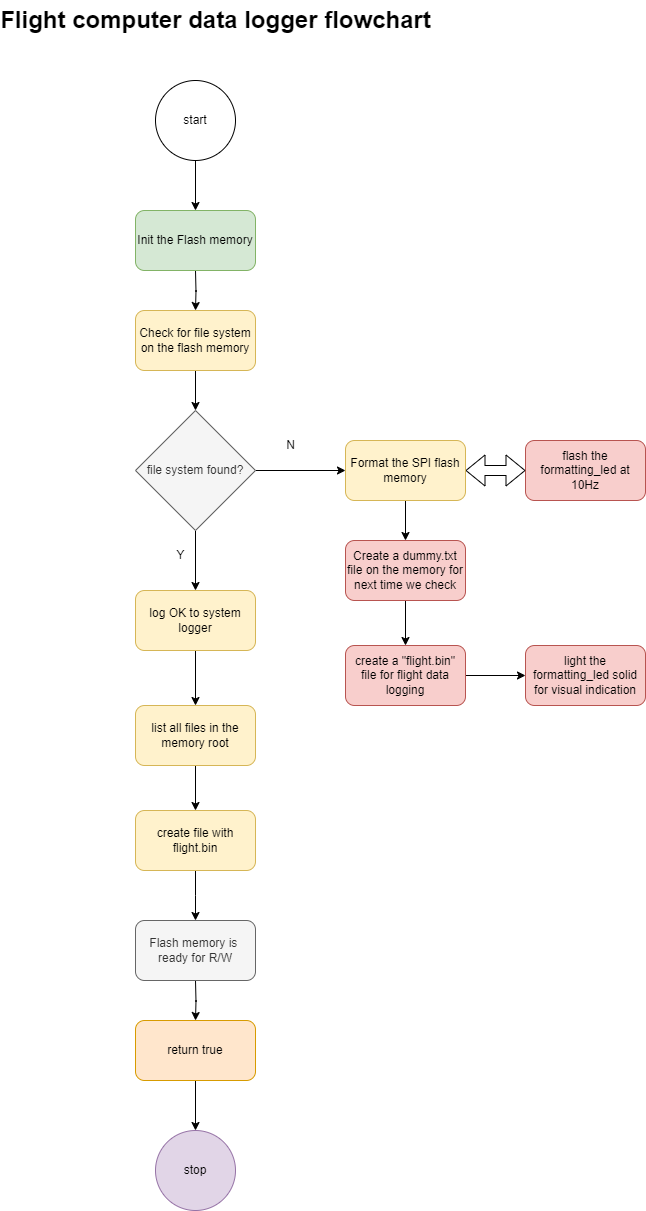
Above: data-logging-and-memory-operations/logger-flowchart.png in nakujaproject/N4-Recovery (draw.io), before the change. Source tidied: cells renumbered, new cells last; positions are measured from the earlier drawing's top-left corner, leaving out a move shared by most shapes.
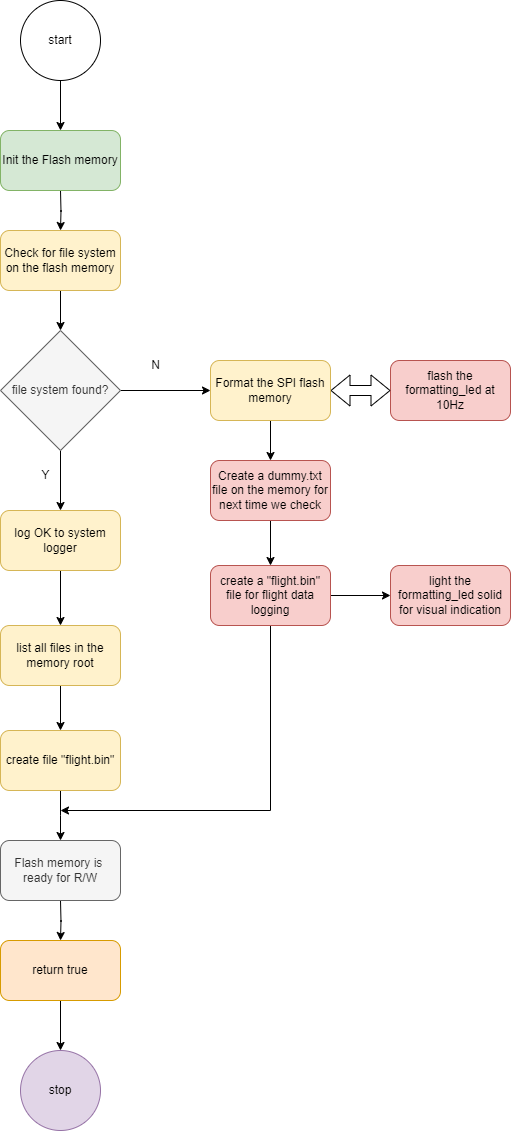
After the commit.

Commit message:
adds logger flowchart

Change to the diagram source:
```diff
@@ -8,90 +8,95 @@
         <mxPoint x="60" y="310" as="targetPoint" />
       </mxGeometry>
     </mxCell>
-    <mxCell id="3" value="Flight computer data logger flowchart" style="text;strokeColor=none;fillColor=none;html=1;fontSize=24;fontStyle=1;verticalAlign=middle;align=center;" parent="1" vertex="1">
-      <mxGeometry x="30" width="100" height="40" as="geometry" />
+    <mxCell id="3" style="edgeStyle=orthogonalEdgeStyle;rounded=0;jettySize=auto;html=1;" parent="1" edge="1" source="4" target="31">
+      <mxGeometry relative="1" as="geometry" />
     </mxCell>
-    <mxCell id="4" style="edgeStyle=orthogonalEdgeStyle;rounded=0;jettySize=auto;html=1;" parent="1" edge="1" source="5" target="31">
-      <mxGeometry relative="1" as="geometry" />
+    <mxCell id="4" value="log OK to system logger" style="rounded=1;whiteSpace=wrap;html=1;fillColor=#fff2cc;strokeColor=#d6b656;" parent="1" vertex="1">
+      <mxGeometry y="590" width="120" height="60" as="geometry" />
     </mxCell>
-    <mxCell id="5" value="log OK to system logger" style="rounded=1;whiteSpace=wrap;html=1;fillColor=#fff2cc;strokeColor=#d6b656;" parent="1" vertex="1">
-      <mxGeometry y="590" width="120" height="60" as="geometry" />
+    <mxCell id="5" style="edgeStyle=orthogonalEdgeStyle;rounded=0;jettySize=auto;html=1;" parent="1" edge="1" source="6">
+      <mxGeometry relative="1" as="geometry">
+        <mxPoint x="60" y="920" as="targetPoint" />
+      </mxGeometry>
     </mxCell>
-    <mxCell id="6" style="edgeStyle=orthogonalEdgeStyle;rounded=0;jettySize=auto;html=1;" parent="1" edge="1" source="7">
-      <mxGeometry relative="1" as="geometry">
-        <mxPoint x="60" y="920" as="targetPoint" />
-      </mxGeometry>
+    <mxCell id="6" value="create file &quot;flight.bin&quot;" style="rounded=1;whiteSpace=wrap;html=1;fillColor=#fff2cc;strokeColor=#d6b656;" parent="1" vertex="1">
+      <mxGeometry y="810" width="120" height="60" as="geometry" />
     </mxCell>
-    <mxCell id="7" value="create file with flight.bin" style="rounded=1;whiteSpace=wrap;html=1;fillColor=#fff2cc;strokeColor=#d6b656;" parent="1" vertex="1">
-      <mxGeometry y="810" width="120" height="60" as="geometry" />
+    <mxCell id="7" style="edgeStyle=orthogonalEdgeStyle;rounded=0;orthogonalLoop=1;jettySize=auto;html=1;" parent="1" edge="1">
+      <mxGeometry relative="1" as="geometry">
+        <mxPoint x="60" y="980" as="sourcePoint" />
+        <mxPoint x="60" y="1020" as="targetPoint" />
+      </mxGeometry>
     </mxCell>
-    <mxCell id="8" style="edgeStyle=orthogonalEdgeStyle;rounded=0;orthogonalLoop=1;jettySize=auto;html=1;" parent="1" edge="1">
+    <mxCell id="8" style="edgeStyle=orthogonalEdgeStyle;rounded=0;orthogonalLoop=1;jettySize=auto;html=1;entryX=0.5;entryY=0;entryDx=0;entryDy=0;" parent="1" edge="1">
       <mxGeometry relative="1" as="geometry">
-        <mxPoint x="60" y="980" as="sourcePoint" />
-        <mxPoint x="60" y="1020" as="targetPoint" />
+        <mxPoint x="60" y="1080" as="sourcePoint" />
+        <mxPoint x="60" y="1130" as="targetPoint" />
       </mxGeometry>
     </mxCell>
-    <mxCell id="9" style="edgeStyle=orthogonalEdgeStyle;rounded=0;orthogonalLoop=1;jettySize=auto;html=1;entryX=0.5;entryY=0;entryDx=0;entryDy=0;" parent="1" edge="1">
-      <mxGeometry relative="1" as="geometry">
-        <mxPoint x="60" y="1080" as="sourcePoint" />
-        <mxPoint x="60" y="1130" as="targetPoint" />
-      </mxGeometry>
+    <mxCell id="9" style="edgeStyle=orthogonalEdgeStyle;rounded=0;jettySize=auto;html=1;entryX=0.5;entryY=0;entryDx=0;entryDy=0;" parent="1" edge="1" source="10" target="11">
+      <mxGeometry relative="1" as="geometry" />
     </mxCell>
-    <mxCell id="10" style="edgeStyle=orthogonalEdgeStyle;rounded=0;jettySize=auto;html=1;entryX=0.5;entryY=0;entryDx=0;entryDy=0;" parent="1" edge="1" source="11" target="12">
-      <mxGeometry relative="1" as="geometry" />
+    <mxCell id="10" value="start" style="ellipse;whiteSpace=wrap;html=1;" parent="1" vertex="1">
+      <mxGeometry x="20" y="80" width="80" height="80" as="geometry" />
     </mxCell>
-    <mxCell id="11" value="start" style="ellipse;whiteSpace=wrap;html=1;" parent="1" vertex="1">
-      <mxGeometry x="20" y="80" width="80" height="80" as="geometry" />
+    <mxCell id="11" value="Init the Flash memory" style="rounded=1;whiteSpace=wrap;html=1;fillColor=#d5e8d4;strokeColor=#82b366;" parent="1" vertex="1">
+      <mxGeometry y="210" width="120" height="60" as="geometry" />
     </mxCell>
-    <mxCell id="12" value="Init the Flash memory" style="rounded=1;whiteSpace=wrap;html=1;fillColor=#d5e8d4;strokeColor=#82b366;" parent="1" vertex="1">
-      <mxGeometry y="210" width="120" height="60" as="geometry" />
+    <mxCell id="12" value="flash the formatting_led at 10Hz" style="rounded=1;whiteSpace=wrap;html=1;fillColor=#f8cecc;strokeColor=#b85450;" parent="1" vertex="1">
+      <mxGeometry x="390" y="440" width="120" height="60" as="geometry" />
     </mxCell>
-    <mxCell id="13" value="flash the formatting_led at 10Hz" style="rounded=1;whiteSpace=wrap;html=1;fillColor=#f8cecc;strokeColor=#b85450;" parent="1" vertex="1">
-      <mxGeometry x="390" y="440" width="120" height="60" as="geometry" />
+    <mxCell id="13" style="shape=flexArrow;endArrow=classic;startArrow=classic;html=1;rounded=0;exitX=1;exitY=0.5;exitDx=0;exitDy=0;entryX=0;entryY=0.5;entryDx=0;entryDy=0;" parent="1" edge="1" target="12">
+      <mxGeometry relative="1" as="geometry">
+        <mxPoint x="330" y="470" as="sourcePoint" />
+      </mxGeometry>
     </mxCell>
-    <mxCell id="14" style="shape=flexArrow;endArrow=classic;startArrow=classic;html=1;rounded=0;exitX=1;exitY=0.5;exitDx=0;exitDy=0;entryX=0;entryY=0.5;entryDx=0;entryDy=0;" parent="1" edge="1" target="13">
-      <mxGeometry relative="1" as="geometry">
-        <mxPoint x="330" y="470" as="sourcePoint" />
-      </mxGeometry>
+    <mxCell id="14" value="stop" style="ellipse;whiteSpace=wrap;html=1;fillColor=#e1d5e7;strokeColor=#9673a6;" parent="1" vertex="1">
+      <mxGeometry x="20" y="1130" width="80" height="80" as="geometry" />
     </mxCell>
-    <mxCell id="15" value="stop" style="ellipse;whiteSpace=wrap;html=1;fillColor=#e1d5e7;strokeColor=#9673a6;" parent="1" vertex="1">
-      <mxGeometry x="20" y="1130" width="80" height="80" as="geometry" />
+    <mxCell id="15" style="edgeStyle=orthogonalEdgeStyle;rounded=0;jettySize=auto;html=1;" parent="1" edge="1" source="16" target="25">
+      <mxGeometry relative="1" as="geometry" />
     </mxCell>
-    <mxCell id="16" style="edgeStyle=orthogonalEdgeStyle;rounded=0;jettySize=auto;html=1;" parent="1" edge="1" source="17" target="26">
-      <mxGeometry relative="1" as="geometry" />
+    <mxCell id="16" value="Format the SPI flash memory" style="rounded=1;whiteSpace=wrap;html=1;fillColor=#fff2cc;strokeColor=#d6b656;" parent="1" vertex="1">
+      <mxGeometry x="210" y="440" width="120" height="60" as="geometry" />
     </mxCell>
-    <mxCell id="17" value="Format the SPI flash memory" style="rounded=1;whiteSpace=wrap;html=1;fillColor=#fff2cc;strokeColor=#d6b656;" parent="1" vertex="1">
-      <mxGeometry x="210" y="440" width="120" height="60" as="geometry" />
+    <mxCell id="17" style="edgeStyle=orthogonalEdgeStyle;rounded=0;jettySize=auto;html=1;" parent="1" edge="1" source="19" target="16">
+      <mxGeometry relative="1" as="geometry" />
     </mxCell>
-    <mxCell id="18" style="edgeStyle=orthogonalEdgeStyle;rounded=0;jettySize=auto;html=1;" parent="1" edge="1" source="20" target="17">
+    <mxCell id="18" style="edgeStyle=orthogonalEdgeStyle;rounded=0;jettySize=auto;html=1;" parent="1" edge="1" source="19" target="4">
       <mxGeometry relative="1" as="geometry" />
     </mxCell>
-    <mxCell id="19" style="edgeStyle=orthogonalEdgeStyle;rounded=0;jettySize=auto;html=1;" parent="1" edge="1" source="20" target="5">
-      <mxGeometry relative="1" as="geometry" />
+    <mxCell id="19" value="file system found?" style="rhombus;whiteSpace=wrap;html=1;fillColor=#f5f5f5;fontColor=#333333;strokeColor=#666666;" parent="1" vertex="1">
+      <mxGeometry y="410" width="120" height="120" as="geometry" />
     </mxCell>
-    <mxCell id="20" value="file system found?" style="rhombus;whiteSpace=wrap;html=1;fillColor=#f5f5f5;fontColor=#333333;strokeColor=#666666;" parent="1" vertex="1">
-      <mxGeometry y="410" width="120" height="120" as="geometry" />
+    <mxCell id="20" style="edgeStyle=orthogonalEdgeStyle;rounded=0;jettySize=auto;html=1;" parent="1" edge="1" source="21" target="19">
+      <mxGeometry relative="1" as="geometry" />
     </mxCell>
-    <mxCell id="21" style="edgeStyle=orthogonalEdgeStyle;rounded=0;jettySize=auto;html=1;" parent="1" edge="1" source="22" target="20">
-      <mxGeometry relative="1" as="geometry" />
+    <mxCell id="21" value="Check for file system on the flash memory" style="rounded=1;whiteSpace=wrap;html=1;fillColor=#fff2cc;strokeColor=#d6b656;" parent="1" vertex="1">
+      <mxGeometry y="310" width="120" height="60" as="geometry" />
     </mxCell>
-    <mxCell id="22" value="Check for file system on the flash memory" style="rounded=1;whiteSpace=wrap;html=1;fillColor=#fff2cc;strokeColor=#d6b656;" parent="1" vertex="1">
-      <mxGeometry y="310" width="120" height="60" as="geometry" />
+    <mxCell id="22" value="N" style="text;html=1;align=center;verticalAlign=middle;points=[];strokeColor=none;fillColor=none;" parent="1" vertex="1">
+      <mxGeometry x="140" y="430" width="30" height="30" as="geometry" />
     </mxCell>
-    <mxCell id="23" value="N" style="text;html=1;align=center;verticalAlign=middle;strokeColor=none;fillColor=none;" parent="1" vertex="1">
-      <mxGeometry x="140" y="430" width="30" height="30" as="geometry" />
+    <mxCell id="23" value="Y" style="text;html=1;align=center;verticalAlign=middle;strokeColor=none;fillColor=none;" parent="1" vertex="1">
+      <mxGeometry x="30" y="540" width="30" height="30" as="geometry" />
     </mxCell>
-    <mxCell id="24" value="Y" style="text;html=1;align=center;verticalAlign=middle;strokeColor=none;fillColor=none;" parent="1" vertex="1">
-      <mxGeometry x="30" y="540" width="30" height="30" as="geometry" />
+    <mxCell id="24" style="edgeStyle=orthogonalEdgeStyle;rounded=0;jettySize=auto;html=1;" parent="1" edge="1" source="25" target="28">
+      <mxGeometry relative="1" as="geometry" />
     </mxCell>
-    <mxCell id="25" style="edgeStyle=orthogonalEdgeStyle;rounded=0;jettySize=auto;html=1;" parent="1" edge="1" source="26" target="28">
-      <mxGeometry relative="1" as="geometry" />
+    <mxCell id="25" value="Create a dummy.txt file on the memory for next time we check" style="rounded=1;whiteSpace=wrap;html=1;fillColor=#f8cecc;strokeColor=#b85450;" parent="1" vertex="1">
+      <mxGeometry x="210" y="540" width="120" height="60" as="geometry" />
     </mxCell>
-    <mxCell id="26" value="Create a dummy.txt file on the memory for next time we check" style="rounded=1;whiteSpace=wrap;html=1;fillColor=#f8cecc;strokeColor=#b85450;" parent="1" vertex="1">
-      <mxGeometry x="210" y="540" width="120" height="60" as="geometry" />
+    <mxCell id="26" style="edgeStyle=orthogonalEdgeStyle;rounded=0;jettySize=auto;html=1;" parent="1" edge="1" source="28" target="29">
+      <mxGeometry relative="1" as="geometry" />
     </mxCell>
-    <mxCell id="27" style="edgeStyle=orthogonalEdgeStyle;rounded=0;jettySize=auto;html=1;" parent="1" edge="1" source="28" target="29">
-      <mxGeometry relative="1" as="geometry" />
+    <mxCell id="27" style="edgeStyle=orthogonalEdgeStyle;rounded=0;jettySize=auto;html=1;" parent="1" edge="1" source="28">
+      <mxGeometry relative="1" as="geometry">
+        <mxPoint x="60" y="890" as="targetPoint" />
+        <Array as="points">
+          <mxPoint x="270" y="890" />
+        </Array>
+      </mxGeometry>
     </mxCell>
     <mxCell id="28" value="create a &quot;flight.bin&quot; file for flight data logging" style="rounded=1;whiteSpace=wrap;html=1;fillColor=#f8cecc;strokeColor=#b85450;" parent="1" vertex="1">
       <mxGeometry x="210" y="645" width="120" height="60" as="geometry" />
@@ -99,7 +104,7 @@
     <mxCell id="29" value="light the formatting_led solid for visual indication" style="rounded=1;whiteSpace=wrap;html=1;fillColor=#f8cecc;strokeColor=#b85450;" parent="1" vertex="1">
       <mxGeometry x="390" y="645" width="120" height="60" as="geometry" />
     </mxCell>
-    <mxCell id="30" style="edgeStyle=orthogonalEdgeStyle;rounded=0;jettySize=auto;html=1;" parent="1" edge="1" source="31" target="7">
+    <mxCell id="30" style="edgeStyle=orthogonalEdgeStyle;rounded=0;jettySize=auto;html=1;" parent="1" edge="1" source="31" target="6">
       <mxGeometry relative="1" as="geometry" />
     </mxCell>
     <mxCell id="31" value="list all files in the memory root" style="rounded=1;whiteSpace=wrap;html=1;fillColor=#fff2cc;strokeColor=#d6b656;" parent="1" vertex="1">
```
